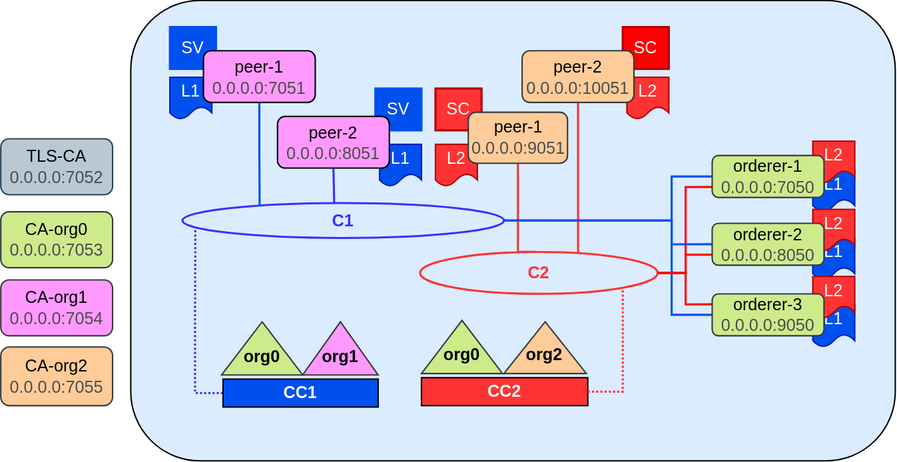
The draw.io diagram docs/res/network-architecture.svg in tassiluca/ChainVote, before a commit. Source tidied: cells renumbered, new cells last; positions are measured from the earlier drawing's top-left corner, leaving out a move shared by most shapes.
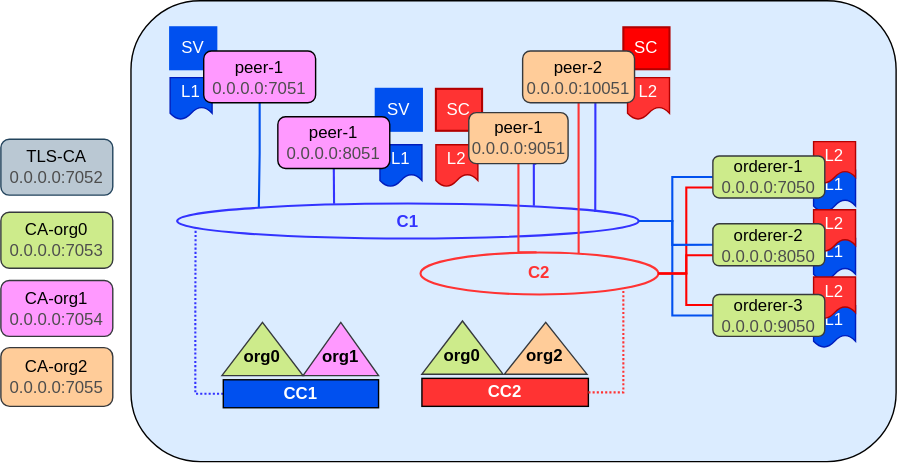
The same file after the commit.

Commit message:
docs: fix diagram network architecture

Change to the diagram source:
```diff
@@ -26,7 +26,7 @@
       </mxGeometry>
     </mxCell>
     <mxCell id="8" value="&lt;font color=&quot;#3333ff&quot;&gt;&lt;b&gt;C1&lt;/b&gt;&lt;/font&gt;" style="ellipse;whiteSpace=wrap;html=1;strokeColor=#3333FF;strokeWidth=1.5;fillColor=none;" parent="1" vertex="1">
-      <mxGeometry x="130" y="145" width="230" height="25" as="geometry" />
+      <mxGeometry x="126" y="145" width="330" height="25" as="geometry" />
     </mxCell>
     <mxCell id="9" style="edgeStyle=orthogonalEdgeStyle;rounded=0;jettySize=auto;html=1;exitX=1;exitY=0.5;exitDx=0;exitDy=0;entryX=0;entryY=0.75;entryDx=0;entryDy=0;fontColor=#FFFFFF;endArrow=none;endFill=0;strokeColor=#FF0000;strokeWidth=1.5;" parent="1" edge="1" source="10" target="46">
       <mxGeometry relative="1" as="geometry">
@@ -86,7 +86,7 @@
     <mxCell id="24" style="edgeStyle=orthogonalEdgeStyle;rounded=0;jettySize=auto;html=1;exitX=0.5;exitY=1;exitDx=0;exitDy=0;entryX=0.665;entryY=0.033;entryDx=0;entryDy=0;entryPerimeter=0;fontColor=#3333FF;endArrow=none;endFill=0;strokeColor=#FF3333;fillColor=#f8cecc;strokeWidth=1.5;" parent="1" edge="1" source="35" target="10">
       <mxGeometry relative="1" as="geometry" />
     </mxCell>
-    <mxCell id="25" style="endArrow=none;html=1;rounded=0;fontColor=#FF3333;strokeColor=#3333FF;exitX=0.472;exitY=-0.012;exitDx=0;exitDy=0;entryX=0.5;entryY=1;entryDx=0;entryDy=0;strokeWidth=1.5;exitPerimeter=0;" parent="1" edge="1" source="8" target="47">
+    <mxCell id="25" style="endArrow=none;html=1;rounded=0;fontColor=#FF3333;strokeColor=#3333FF;exitX=0.34;exitY=0.005;exitDx=0;exitDy=0;entryX=0.5;entryY=1;entryDx=0;entryDy=0;strokeWidth=1.5;exitPerimeter=0;" parent="1" edge="1" source="8" target="47">
       <mxGeometry relative="1" as="geometry" />
     </mxCell>
     <mxCell id="26" value="L2" style="shape=document;whiteSpace=wrap;html=1;boundedLbl=1;fontColor=#ffffff;strokeColor=#B20000;fillColor=#FF3333;" parent="1" vertex="1">
@@ -114,12 +114,27 @@
     <mxCell id="32" value="SC" style="rounded=0;whiteSpace=wrap;html=1;fontColor=#FFFFFF;strokeColor=#B20000;strokeWidth=1.5;fillColor=#FF3333;gradientColor=none;" parent="1" vertex="1">
       <mxGeometry x="311" y="63" width="33" height="30" as="geometry" />
     </mxCell>
+    <mxCell id="52" style="edgeStyle=orthogonalEdgeStyle;rounded=0;orthogonalLoop=1;jettySize=auto;html=1;exitX=0.75;exitY=1;exitDx=0;exitDy=0;entryX=0.788;entryY=0.067;entryDx=0;entryDy=0;entryPerimeter=0;strokeWidth=1.5;strokeColor=#3333FF;endArrow=none;endFill=0;" parent="1" edge="1">
+      <mxGeometry relative="1" as="geometry">
+        <mxPoint x="382.7" y="116.5" as="sourcePoint" />
+        <mxPoint x="381" y="146.7" as="targetPoint" />
+      </mxGeometry>
+    </mxCell>
     <mxCell id="33" value="peer-1&lt;br&gt;&lt;span style=&quot;color: rgb(77, 77, 77);&quot;&gt;0.0.0.0:9051&lt;/span&gt;" style="rounded=1;whiteSpace=wrap;html=1;strokeColor=#36393d;fillColor=#ffcc99;" parent="1" vertex="1">
       <mxGeometry x="334.5" y="80" width="71" height="36.5" as="geometry" />
     </mxCell>
     <mxCell id="34" value="SC" style="rounded=0;whiteSpace=wrap;html=1;fontColor=#FFFFFF;strokeColor=#B20000;strokeWidth=1.5;fillColor=#FF0000;gradientColor=none;" parent="1" vertex="1">
       <mxGeometry x="445" y="19" width="33" height="30" as="geometry" />
     </mxCell>
+    <mxCell id="53" style="edgeStyle=orthogonalEdgeStyle;rounded=0;orthogonalLoop=1;jettySize=auto;html=1;exitX=0.75;exitY=1;exitDx=0;exitDy=0;entryX=0.93;entryY=0.244;entryDx=0;entryDy=0;entryPerimeter=0;endArrow=none;endFill=0;strokeColor=#3333FF;strokeWidth=1.5;" parent="1" edge="1">
+      <mxGeometry relative="1" as="geometry">
+        <mxPoint x="425" y="73" as="sourcePoint" />
+        <mxPoint x="424.9" y="151.1" as="targetPoint" />
+        <Array as="points">
+          <mxPoint x="425" y="112" />
+        </Array>
+      </mxGeometry>
+    </mxCell>
     <mxCell id="35" value="peer-2&lt;br&gt;&lt;span style=&quot;color: rgba(0, 0, 0, 0); font-family: monospace; font-size: 0px; text-align: start;&quot;&gt;%3CmxGraphModel%3E%3Croot%3E%3CmxCell%20id%3D%220%22%2F%3E%3CmxCell%20id%3D%221%22%20parent%3D%220%22%2F%3E%3CmxCell%20id%3D%222%22%20style%3D%22edgeStyle%3DorthogonalEdgeStyle%3Brounded%3D0%3BorthogonalLoop%3D1%3BjettySize%3Dauto%3Bhtml%3D1%3BexitX%3D0.5%3BexitY%3D1%3BexitDx%3D0%3BexitDy%3D0%3BentryX%3D0.266%3BentryY%3D0.065%3BentryDx%3D0%3BentryDy%3D0%3BentryPerimeter%3D0%3BendArrow%3Dnone%3BendFill%3D0%3BstrokeColor%3D%233333FF%3BstrokeWidth%3D1.5%3B%22%20edge%3D%221%22%20parent%3D%221%22%3E%3CmxGeometry%20relative%3D%221%22%20as%3D%22geometry%22%3E%3CArray%20as%3D%22points%22%3E%3CmxPoint%20x%3D%22331%22%20y%3D%22187%22%2F%3E%3CmxPoint%20x%3D%22331%22%20y%3D%22210%22%2F%3E%3CmxPoint%20x%3D%22330%22%20y%3D%22210%22%2F%3E%3CmxPoint%20x%3D%22330%22%20y%3D%22247%22%2F%3E%3C%2FArray%3E%3CmxPoint%20x%3D%22330.00000000000006%22%20y%3D%22187%22%20as%3D%22sourcePoint%22%2F%3E%3CmxPoint%20x%3D%22331.18%22%20y%3D%22246.625%22%20as%3D%22targetPoint%22%2F%3E%3C%2FmxGeometry%3E%3C%2FmxCell%3E%3C%2Froot%3E%3C%2FmxGraphModel%3E&lt;/span&gt;&lt;span style=&quot;color: rgb(77, 77, 77);&quot;&gt;0.0.0.0:10051&lt;/span&gt;&lt;span style=&quot;color: rgba(0, 0, 0, 0); font-family: monospace; font-size: 0px; text-align: start;&quot;&gt;&lt;br&gt;&lt;/span&gt;" style="rounded=1;whiteSpace=wrap;html=1;strokeColor=#36393d;fillColor=#ffcc99;" parent="1" vertex="1">
       <mxGeometry x="373" y="36" width="80" height="37" as="geometry" />
     </mxCell>
@@ -176,10 +191,10 @@
     <mxCell id="46" value="orderer-1&lt;br&gt;&lt;span style=&quot;color: rgb(77, 77, 77);&quot;&gt;0.0.0.0:7050&lt;/span&gt;" style="rounded=1;whiteSpace=wrap;html=1;strokeColor=#36393d;fillColor=#cdeb8b;" parent="1" vertex="1">
       <mxGeometry x="509" y="111" width="80" height="30" as="geometry" />
     </mxCell>
-    <mxCell id="47" value="peer-2&lt;br&gt;&lt;span style=&quot;color: rgb(77, 77, 77);&quot;&gt;0.0.0.0:8051&lt;/span&gt;" style="rounded=1;whiteSpace=wrap;html=1;strokeColor=#000000;fillColor=#FF99FF;" parent="1" vertex="1">
+    <mxCell id="47" value="peer-1&lt;br&gt;&lt;span style=&quot;color: rgb(77, 77, 77);&quot;&gt;0.0.0.0:8051&lt;/span&gt;" style="rounded=1;whiteSpace=wrap;html=1;strokeColor=#000000;fillColor=#FF99FF;" parent="1" vertex="1">
       <mxGeometry x="198" y="83" width="80" height="37" as="geometry" />
     </mxCell>
-    <mxCell id="48" style="edgeStyle=orthogonalEdgeStyle;rounded=0;jettySize=auto;html=1;exitX=0.5;exitY=1;exitDx=0;exitDy=0;entryX=0.24;entryY=0.059;entryDx=0;entryDy=0;entryPerimeter=0;fontColor=#4D4D4D;strokeColor=#0050EF;strokeWidth=1.5;endArrow=none;endFill=0;" parent="1" edge="1" source="49" target="8">
+    <mxCell id="48" style="edgeStyle=orthogonalEdgeStyle;rounded=0;jettySize=auto;html=1;exitX=0.5;exitY=1;exitDx=0;exitDy=0;entryX=0.177;entryY=0.108;entryDx=0;entryDy=0;entryPerimeter=0;fontColor=#4D4D4D;strokeColor=#0050EF;strokeWidth=1.5;endArrow=none;endFill=0;" parent="1" edge="1" source="49" target="8">
       <mxGeometry relative="1" as="geometry" />
     </mxCell>
     <mxCell id="49" value="peer-1&lt;br&gt;&lt;span style=&quot;color: rgb(77, 77, 77);&quot;&gt;0.0.0.0:7051&lt;/span&gt;" style="rounded=1;whiteSpace=wrap;html=1;strokeColor=#000000;fillColor=#FF99FF;" parent="1" vertex="1">
```
